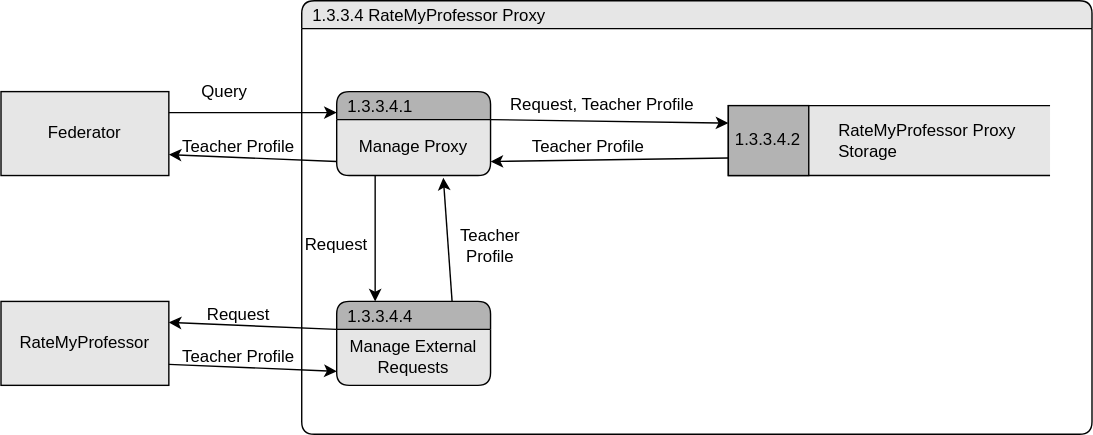
MckennahPalmer/CSE430 keeps this draw.io diagram as Storage/TeamOneFiles/RMP_query_request.drawio.svg. Above is the earlier version. Source tidied: cells renumbered, new cells last; positions are measured from the earlier drawing's top-left corner, leaving out a move shared by most shapes.
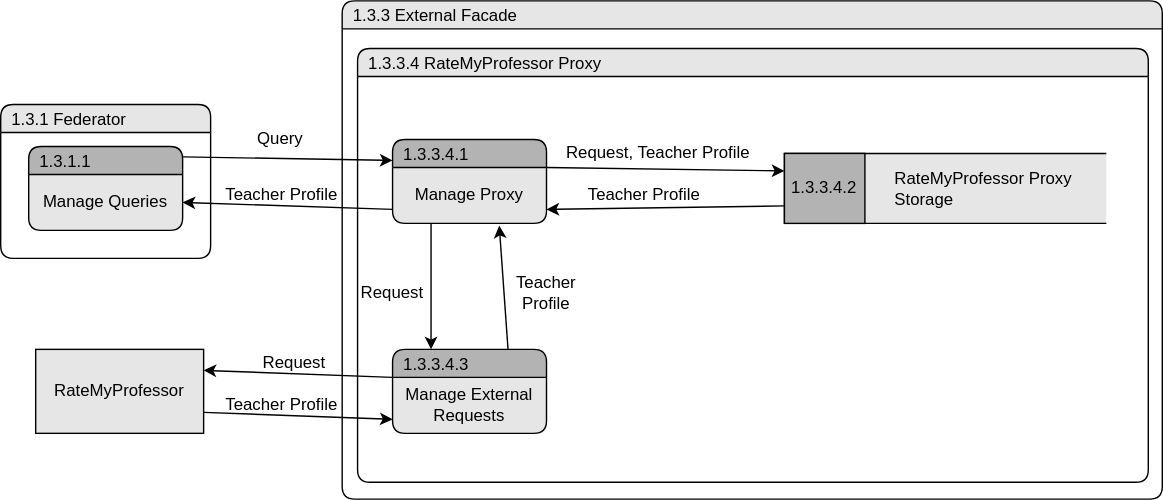
After the commit.

Change to the diagram source:
```diff
@@ -2,11 +2,14 @@
   <root>
     <mxCell id="0" />
     <mxCell id="1" parent="0" />
-    <mxCell id="2" value="Federator" style="rounded=0;whiteSpace=wrap;html=1;strokeColor=default;align=center;verticalAlign=middle;fontFamily=Helvetica;fontSize=12;fontColor=default;startSize=20;fillColor=#E6E6E6;" parent="1" vertex="1">
-      <mxGeometry y="65" width="120" height="60" as="geometry" />
-    </mxCell>
+    <mxCell id="30" value="1.3.1 Federator" style="swimlane;fontStyle=0;horizontal=1;startSize=20;fillColor=#E6E6E6;swimlaneFillColor=#FFFFFF;rounded=1;strokeColor=default;align=left;verticalAlign=middle;fontFamily=Helvetica;fontSize=12;fontColor=default;spacingLeft=6;shadow=0;" parent="1" vertex="1">
+      <mxGeometry x="-40" y="40" width="150" height="110" as="geometry" />
+    </mxCell>
+    <mxCell id="31" value="1.3.3 External Facade" style="swimlane;fontStyle=0;horizontal=1;startSize=20;fillColor=#E6E6E6;swimlaneFillColor=#FFFFFF;rounded=1;strokeColor=default;align=left;verticalAlign=middle;fontFamily=Helvetica;fontSize=12;fontColor=default;spacingLeft=6;shadow=0;" parent="1" vertex="1">
+      <mxGeometry x="204" y="-34" width="586" height="356" as="geometry" />
+    </mxCell>
     <mxCell id="3" value="RateMyProfessor" style="rounded=0;whiteSpace=wrap;html=1;strokeColor=default;align=center;verticalAlign=middle;fontFamily=Helvetica;fontSize=12;fontColor=default;startSize=20;fillColor=#E6E6E6;" parent="1" vertex="1">
-      <mxGeometry y="215" width="120" height="60" as="geometry" />
+      <mxGeometry x="-15" y="215" width="120" height="60" as="geometry" />
     </mxCell>
     <mxCell id="4" value="1.3.3.4 RateMyProfessor Proxy" style="swimlane;fontStyle=0;horizontal=1;startSize=20;fillColor=#E6E6E6;swimlaneFillColor=#FFFFFF;rounded=1;strokeColor=default;align=left;verticalAlign=middle;fontFamily=Helvetica;fontSize=12;fontColor=default;spacingLeft=6;shadow=0;" parent="1" vertex="1">
       <mxGeometry x="215" width="565" height="310" as="geometry" />
@@ -17,45 +20,45 @@
     <mxCell id="6" value="Manage Proxy" style="text;html=1;strokeColor=none;fillColor=none;align=center;verticalAlign=middle;whiteSpace=wrap;rounded=0;fontSize=12;fontFamily=Helvetica;fontColor=default;" parent="5" vertex="1">
       <mxGeometry y="20" width="110" height="40" as="geometry" />
     </mxCell>
-    <mxCell id="7" value="1.3.3.4.4" style="swimlane;fontStyle=0;horizontal=1;startSize=20;fillColor=#B3B3B3;swimlaneFillColor=#E6E6E6;rounded=1;strokeColor=default;align=left;verticalAlign=middle;fontFamily=Helvetica;fontSize=12;fontColor=default;spacingLeft=6;shadow=0;" parent="1" vertex="1">
-      <mxGeometry x="240" y="215" width="110" height="60" as="geometry" />
-    </mxCell>
+    <mxCell id="32" value="1.3.3.4.3" style="swimlane;fontStyle=0;horizontal=1;startSize=20;fillColor=#B3B3B3;swimlaneFillColor=#E6E6E6;rounded=1;strokeColor=default;align=left;verticalAlign=middle;fontFamily=Helvetica;fontSize=12;fontColor=default;spacingLeft=6;shadow=0;" parent="1" vertex="1">
+      <mxGeometry x="240" y="215" width="110" height="60" as="geometry" />
+    </mxCell>
-    <mxCell id="8" value="Manage External Requests" style="text;html=1;strokeColor=none;fillColor=none;align=center;verticalAlign=middle;whiteSpace=wrap;rounded=0;fontSize=12;fontFamily=Helvetica;fontColor=default;" parent="7" vertex="1">
+    <mxCell id="8" value="Manage External Requests" style="text;html=1;strokeColor=none;fillColor=none;align=center;verticalAlign=middle;whiteSpace=wrap;rounded=0;fontSize=12;fontFamily=Helvetica;fontColor=default;" parent="32" vertex="1">
       <mxGeometry y="20" width="110" height="40" as="geometry" />
     </mxCell>
-    <mxCell id="9" style="group;" parent="1" vertex="1">
-      <mxGeometry x="520" y="75" width="230" height="50" as="geometry" />
-    </mxCell>
+    <mxCell id="33" style="group;" parent="1" vertex="1">
+      <mxGeometry x="520" y="75" width="230" height="50" as="geometry" />
+    </mxCell>
-    <mxCell id="10" style="html=1;dashed=0;whiteSpace=wrap;shape=mxgraph.dfd.dataStoreID;align=left;spacingLeft=3;rounded=1;strokeColor=default;verticalAlign=middle;fontFamily=Helvetica;fontSize=12;fontColor=default;startSize=20;fillColor=#E6E6E6;shadow=0;" parent="9" vertex="1">
+    <mxCell id="10" style="html=1;dashed=0;whiteSpace=wrap;shape=mxgraph.dfd.dataStoreID;align=left;spacingLeft=3;rounded=1;strokeColor=default;verticalAlign=middle;fontFamily=Helvetica;fontSize=12;fontColor=default;startSize=20;fillColor=#E6E6E6;shadow=0;" parent="33" vertex="1">
       <mxGeometry width="230" height="50" as="geometry" />
     </mxCell>
-    <mxCell id="11" style="rounded=0;whiteSpace=wrap;html=1;strokeColor=default;align=center;verticalAlign=middle;fontFamily=Helvetica;fontSize=12;fontColor=default;startSize=20;fillColor=#B3B3B3;" parent="9" vertex="1">
+    <mxCell id="11" style="rounded=0;whiteSpace=wrap;html=1;strokeColor=default;align=center;verticalAlign=middle;fontFamily=Helvetica;fontSize=12;fontColor=default;startSize=20;fillColor=#B3B3B3;" parent="33" vertex="1">
       <mxGeometry width="57.5" height="50" as="geometry" />
     </mxCell>
-    <mxCell id="12" value="1.3.3.4.2" style="text;html=1;strokeColor=none;fillColor=none;align=center;verticalAlign=middle;whiteSpace=wrap;rounded=0;fontSize=12;fontFamily=Helvetica;fontColor=default;" parent="9" vertex="1">
+    <mxCell id="12" value="1.3.3.4.2" style="text;html=1;strokeColor=none;fillColor=none;align=center;verticalAlign=middle;whiteSpace=wrap;rounded=0;fontSize=12;fontFamily=Helvetica;fontColor=default;" parent="33" vertex="1">
       <mxGeometry width="57.5" height="50" as="geometry" />
     </mxCell>
-    <mxCell id="13" value="RateMyProfessor Proxy Storage" style="text;html=1;strokeColor=none;fillColor=none;align=left;verticalAlign=middle;whiteSpace=wrap;rounded=0;fontSize=12;fontFamily=Helvetica;fontColor=default;" parent="9" vertex="1">
+    <mxCell id="13" value="RateMyProfessor Proxy Storage" style="text;html=1;strokeColor=none;fillColor=none;align=left;verticalAlign=middle;whiteSpace=wrap;rounded=0;fontSize=12;fontFamily=Helvetica;fontColor=default;" parent="33" vertex="1">
       <mxGeometry x="76.7" width="153.3" height="50" as="geometry" />
     </mxCell>
-    <mxCell id="14" style="endArrow=classic;html=1;rounded=0;exitX=1;exitY=0.25;exitDx=0;exitDy=0;entryX=0;entryY=0.25;entryDx=0;entryDy=0;" parent="1" edge="1" source="2" target="5">
-      <mxGeometry relative="1" as="geometry" />
-    </mxCell>
-    <mxCell id="15" style="endArrow=classic;html=1;rounded=0;exitX=0;exitY=0.75;exitDx=0;exitDy=0;entryX=1;entryY=0.75;entryDx=0;entryDy=0;" parent="1" edge="1" source="6" target="2">
-      <mxGeometry relative="1" as="geometry" />
-    </mxCell>
+    <mxCell id="34" style="endArrow=classic;html=1;rounded=0;exitX=0.999;exitY=0.124;exitDx=0;exitDy=0;entryX=0;entryY=0.25;entryDx=0;entryDy=0;exitPerimeter=0;" parent="1" edge="1" source="44" target="5">
+      <mxGeometry relative="1" as="geometry" />
+    </mxCell>
+    <mxCell id="35" style="endArrow=classic;html=1;rounded=0;exitX=0;exitY=0.75;exitDx=0;exitDy=0;entryX=1;entryY=0.5;entryDx=0;entryDy=0;" parent="1" edge="1" source="6" target="45">
+      <mxGeometry relative="1" as="geometry" />
+    </mxCell>
     <mxCell id="16" style="endArrow=classic;html=1;rounded=0;exitX=1;exitY=0;exitDx=0;exitDy=0;entryX=0;entryY=0.25;entryDx=0;entryDy=0;" parent="1" edge="1" source="6" target="12">
       <mxGeometry relative="1" as="geometry" />
     </mxCell>
     <mxCell id="17" style="endArrow=classic;html=1;rounded=0;exitX=0;exitY=0.75;exitDx=0;exitDy=0;entryX=1;entryY=0.75;entryDx=0;entryDy=0;" parent="1" edge="1" source="12" target="6">
       <mxGeometry relative="1" as="geometry" />
     </mxCell>
-    <mxCell id="18" style="endArrow=classic;html=1;rounded=0;exitX=0.25;exitY=1;exitDx=0;exitDy=0;entryX=0.25;entryY=0;entryDx=0;entryDy=0;" parent="1" edge="1" source="6" target="7">
-      <mxGeometry relative="1" as="geometry" />
-    </mxCell>
-    <mxCell id="19" style="endArrow=classic;html=1;rounded=0;entryX=0.693;entryY=1.039;entryDx=0;entryDy=0;entryPerimeter=0;exitX=0.75;exitY=0;exitDx=0;exitDy=0;" parent="1" edge="1" source="7" target="6">
-      <mxGeometry relative="1" as="geometry" />
-    </mxCell>
+    <mxCell id="36" style="endArrow=classic;html=1;rounded=0;exitX=0.25;exitY=1;exitDx=0;exitDy=0;entryX=0.25;entryY=0;entryDx=0;entryDy=0;" parent="1" edge="1" source="6" target="32">
+      <mxGeometry relative="1" as="geometry" />
+    </mxCell>
+    <mxCell id="37" style="endArrow=classic;html=1;rounded=0;entryX=0.693;entryY=1.039;entryDx=0;entryDy=0;entryPerimeter=0;exitX=0.75;exitY=0;exitDx=0;exitDy=0;" parent="1" edge="1" source="32" target="6">
+      <mxGeometry relative="1" as="geometry" />
+    </mxCell>
     <mxCell id="20" style="endArrow=classic;html=1;rounded=0;entryX=1;entryY=0.25;entryDx=0;entryDy=0;exitX=0;exitY=0;exitDx=0;exitDy=0;" parent="1" edge="1" source="8" target="3">
       <mxGeometry relative="1" as="geometry" />
     </mxCell>
@@ -65,26 +68,32 @@
     <mxCell id="22" value="Query" style="text;html=1;align=center;verticalAlign=middle;whiteSpace=wrap;rounded=0;" parent="1" vertex="1">
       <mxGeometry x="130" y="50" width="60" height="30" as="geometry" />
     </mxCell>
-    <mxCell id="23" value="Request" style="text;html=1;align=center;verticalAlign=middle;whiteSpace=wrap;rounded=0;" parent="1" vertex="1">
-      <mxGeometry x="140" y="210" width="60" height="30" as="geometry" />
-    </mxCell>
+    <mxCell id="38" value="Request" style="text;html=1;align=center;verticalAlign=middle;whiteSpace=wrap;rounded=0;" parent="1" vertex="1">
+      <mxGeometry x="140" y="210" width="60" height="30" as="geometry" />
+    </mxCell>
     <mxCell id="24" value="Request, Teacher Profile" style="text;html=1;align=center;verticalAlign=middle;whiteSpace=wrap;rounded=0;" parent="1" vertex="1">
       <mxGeometry x="350" y="60" width="160" height="30" as="geometry" />
     </mxCell>
-    <mxCell id="25" value="Request" style="text;html=1;align=center;verticalAlign=middle;whiteSpace=wrap;rounded=0;" parent="1" vertex="1">
-      <mxGeometry x="210" y="160" width="60" height="30" as="geometry" />
-    </mxCell>
-    <mxCell id="26" value="Teacher Profile" style="text;html=1;align=center;verticalAlign=middle;whiteSpace=wrap;rounded=0;" parent="1" vertex="1">
-      <mxGeometry x="370" y="90" width="100" height="30" as="geometry" />
-    </mxCell>
-    <mxCell id="27" value="Teacher Profile" style="text;html=1;align=center;verticalAlign=middle;whiteSpace=wrap;rounded=0;" parent="1" vertex="1">
-      <mxGeometry x="125" y="90" width="90" height="30" as="geometry" />
-    </mxCell>
-    <mxCell id="28" value="Teacher Profile" style="text;html=1;align=center;verticalAlign=middle;whiteSpace=wrap;rounded=0;" parent="1" vertex="1">
-      <mxGeometry x="320" y="160" width="60" height="30" as="geometry" />
-    </mxCell>
-    <mxCell id="29" value="Teacher Profile" style="text;html=1;align=center;verticalAlign=middle;whiteSpace=wrap;rounded=0;" parent="1" vertex="1">
-      <mxGeometry x="125" y="240" width="90" height="30" as="geometry" />
-    </mxCell>
+    <mxCell id="39" value="Request" style="text;html=1;align=center;verticalAlign=middle;whiteSpace=wrap;rounded=0;" parent="1" vertex="1">
+      <mxGeometry x="210" y="160" width="60" height="30" as="geometry" />
+    </mxCell>
+    <mxCell id="40" value="Teacher Profile" style="text;html=1;align=center;verticalAlign=middle;whiteSpace=wrap;rounded=0;" parent="1" vertex="1">
+      <mxGeometry x="370" y="90" width="100" height="30" as="geometry" />
+    </mxCell>
+    <mxCell id="41" value="Teacher Profile" style="text;html=1;align=center;verticalAlign=middle;whiteSpace=wrap;rounded=0;" parent="1" vertex="1">
+      <mxGeometry x="116" y="90" width="90" height="30" as="geometry" />
+    </mxCell>
+    <mxCell id="42" value="Teacher Profile" style="text;html=1;align=center;verticalAlign=middle;whiteSpace=wrap;rounded=0;" parent="1" vertex="1">
+      <mxGeometry x="320" y="160" width="60" height="30" as="geometry" />
+    </mxCell>
+    <mxCell id="43" value="Teacher Profile" style="text;html=1;align=center;verticalAlign=middle;whiteSpace=wrap;rounded=0;" parent="1" vertex="1">
+      <mxGeometry x="116" y="240" width="90" height="30" as="geometry" />
+    </mxCell>
+    <mxCell id="44" value="1.3.1.1" style="swimlane;fontStyle=0;horizontal=1;startSize=20;fillColor=#B3B3B3;swimlaneFillColor=#E6E6E6;rounded=1;strokeColor=default;align=left;verticalAlign=middle;fontFamily=Helvetica;fontSize=12;fontColor=default;spacingLeft=6;shadow=0;" parent="1" vertex="1">
+      <mxGeometry x="-20" y="70" width="110" height="60" as="geometry" />
+    </mxCell>
+    <mxCell id="45" value="Manage Queries" style="text;html=1;strokeColor=none;fillColor=none;align=center;verticalAlign=middle;whiteSpace=wrap;rounded=0;fontSize=12;fontFamily=Helvetica;fontColor=default;" parent="44" vertex="1">
+      <mxGeometry y="20" width="110" height="40" as="geometry" />
+    </mxCell>
   </root>
 </mxGraphModel>
```
